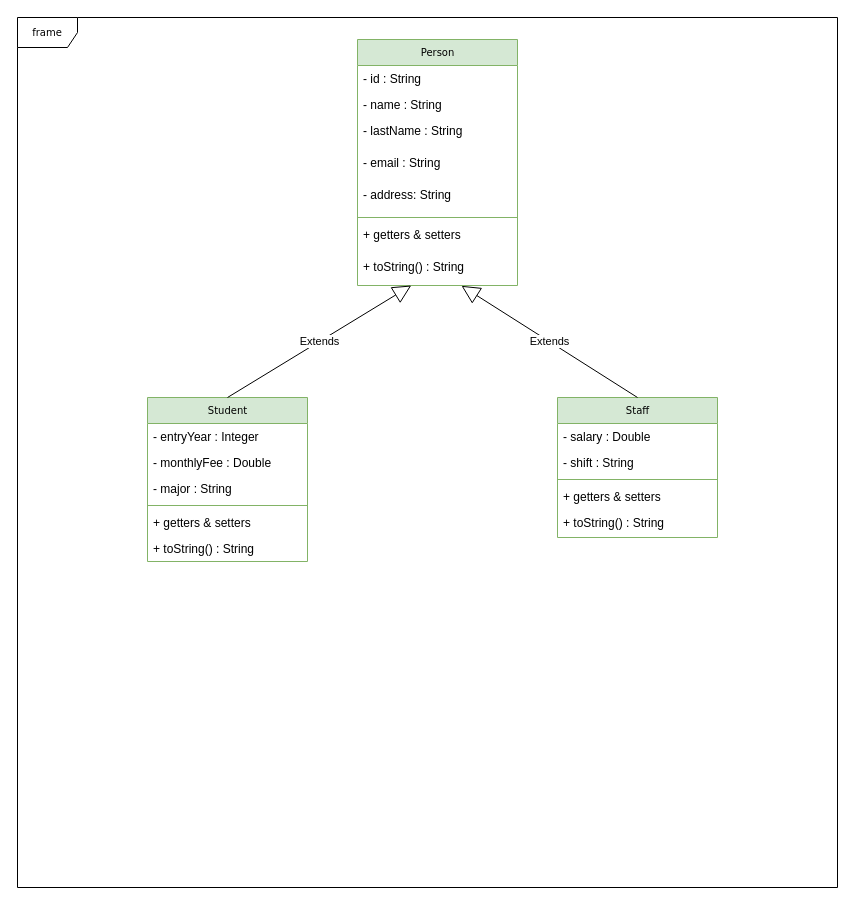
LulaFR/guia3-lab3 keeps this draw.io diagram as personalColegio.drawio. Above is the earlier version. Source tidied: cells renumbered, new cells numbered last; positions are measured from the earlier drawing's top-left corner, leaving out a move shared by most shapes. Both pictures are drawn from the tidied source at 100%, with x=0, y=0 at pixel (17, 17).
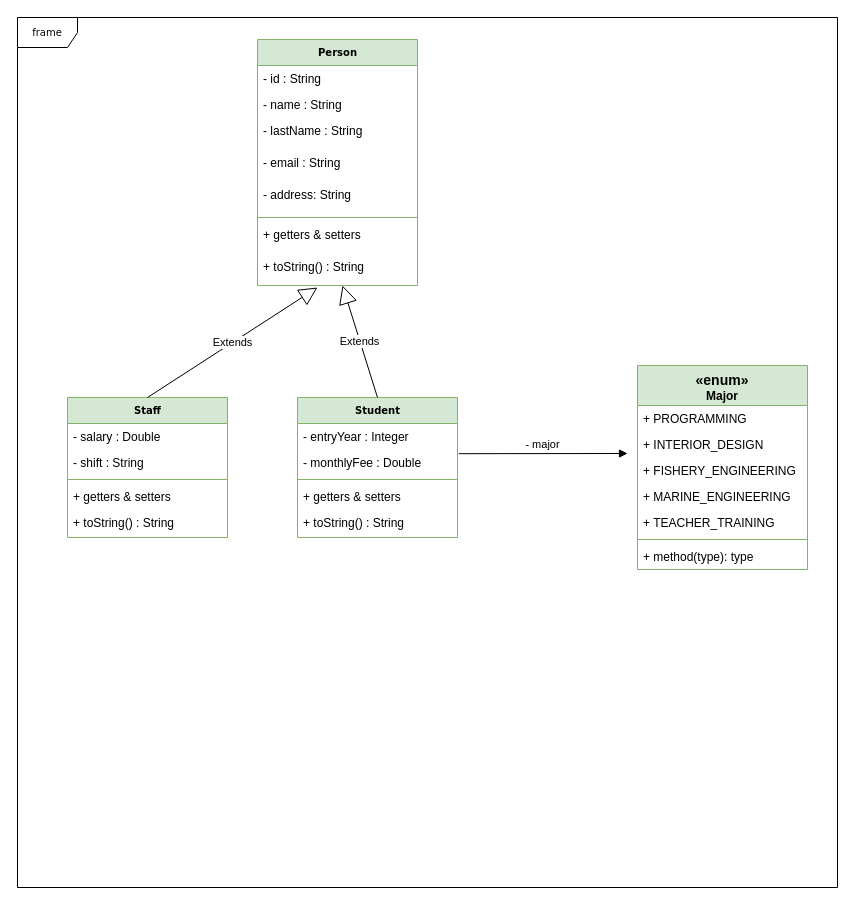
The same diagram, later.

Commit message:
2: enum Major

Unchanged cells that the change refers to:
```xml
<mxCell id="11" value="+ toString() : String" style="text;html=1;strokeColor=none;fillColor=none;align=left;verticalAlign=top;spacingLeft=4;spacingRight=4;whiteSpace=wrap;overflow=hidden;points=[[0,0.5],[1,0.5]];portConstraint=eastwest;" parent="3" vertex="1">
  <mxGeometry y="214" width="160" height="32" as="geometry" />
</mxCell>
<mxCell id="14" value="- monthlyFee : Double" style="text;html=1;strokeColor=none;fillColor=none;align=left;verticalAlign=top;spacingLeft=4;spacingRight=4;whiteSpace=wrap;overflow=hidden;points=[[0,0.5],[1,0.5]];portConstraint=eastwest;" parent="12" vertex="1">
  <mxGeometry y="52" width="160" height="26" as="geometry" />
</mxCell>
```

Change to the diagram source:
```diff
@@
-    <mxCell id="3" value="Person" style="swimlane;html=1;fontStyle=0;horizontal=1;startSize=26;fillColor=#d5e8d4;swimlaneFillColor=#ffffff;rounded=0;shadow=0;comic=0;labelBackgroundColor=none;strokeWidth=1;fontFamily=Verdana;fontSize=10;align=center;strokeColor=#82b366;" parent="1" vertex="1">
-      <mxGeometry x="340" y="22" width="160" height="246" as="geometry" />
+    <mxCell id="3" value="&lt;b&gt;Person&lt;/b&gt;" style="swimlane;html=1;fontStyle=0;horizontal=1;startSize=26;fillColor=#d5e8d4;swimlaneFillColor=#ffffff;rounded=0;shadow=0;comic=0;labelBackgroundColor=none;strokeWidth=1;fontFamily=Verdana;fontSize=10;align=center;strokeColor=#82b366;" parent="1" vertex="1">
+      <mxGeometry x="240" y="22" width="160" height="246" as="geometry" />
     </mxCell>
@@
-    <mxCell id="12" value="Student" style="swimlane;html=1;fontStyle=0;horizontal=1;startSize=26;fillColor=#d5e8d4;swimlaneFillColor=#ffffff;rounded=0;shadow=0;comic=0;labelBackgroundColor=none;strokeWidth=1;fontFamily=Verdana;fontSize=10;align=center;strokeColor=#82b366;" parent="1" vertex="1">
-      <mxGeometry x="130" y="380" width="160" height="164" as="geometry" />
+    <mxCell id="12" value="&lt;b&gt;Student&lt;/b&gt;" style="swimlane;html=1;fontStyle=0;horizontal=1;startSize=26;fillColor=#d5e8d4;swimlaneFillColor=#ffffff;rounded=0;shadow=0;comic=0;labelBackgroundColor=none;strokeWidth=1;fontFamily=Verdana;fontSize=10;align=center;strokeColor=#82b366;" parent="1" vertex="1">
+      <mxGeometry x="280" y="380" width="160" height="140" as="geometry" />
     </mxCell>
@@
-    <mxCell id="15" value="- major : String" style="text;html=1;strokeColor=none;fillColor=none;align=left;verticalAlign=top;spacingLeft=4;spacingRight=4;whiteSpace=wrap;overflow=hidden;" parent="12" vertex="1">
-      <mxGeometry y="78" width="160" height="26" as="geometry" />
-    </mxCell>
     <mxCell id="16" style="line;strokeWidth=1;fillColor=none;align=left;verticalAlign=middle;spacingTop=-1;spacingLeft=3;spacingRight=3;labelPosition=right;strokeColor=inherit;" parent="12" vertex="1">
-      <mxGeometry y="104" width="160" height="8" as="geometry" />
+      <mxGeometry y="78" width="160" height="8" as="geometry" />
     </mxCell>
     <mxCell id="17" value="+ getters &amp;amp; setters" style="text;html=1;strokeColor=none;fillColor=none;align=left;verticalAlign=top;spacingLeft=4;spacingRight=4;whiteSpace=wrap;overflow=hidden;" parent="12" vertex="1">
-      <mxGeometry y="112" width="160" height="26" as="geometry" />
+      <mxGeometry y="86" width="160" height="26" as="geometry" />
     </mxCell>
     <mxCell id="18" value="+ toString() : String" style="text;html=1;strokeColor=none;fillColor=none;align=left;verticalAlign=top;spacingLeft=4;spacingRight=4;whiteSpace=wrap;overflow=hidden;" parent="12" vertex="1">
-      <mxGeometry y="138" width="160" height="26" as="geometry" />
+      <mxGeometry y="112" width="160" height="26" as="geometry" />
     </mxCell>
@@
-    <mxCell id="20" value="Staff" style="swimlane;html=1;fontStyle=0;horizontal=1;startSize=26;fillColor=#d5e8d4;swimlaneFillColor=#ffffff;rounded=0;shadow=0;comic=0;labelBackgroundColor=none;strokeWidth=1;fontFamily=Verdana;fontSize=10;align=center;strokeColor=#82b366;" parent="1" vertex="1">
-      <mxGeometry x="540" y="380" width="160" height="140" as="geometry" />
+    <mxCell id="20" value="&lt;b&gt;Staff&lt;/b&gt;" style="swimlane;html=1;fontStyle=0;horizontal=1;startSize=26;fillColor=#d5e8d4;swimlaneFillColor=#ffffff;rounded=0;shadow=0;comic=0;labelBackgroundColor=none;strokeWidth=1;fontFamily=Verdana;fontSize=10;align=center;strokeColor=#82b366;" parent="1" vertex="1">
+      <mxGeometry x="50" y="380" width="160" height="140" as="geometry" />
     </mxCell>
@@
-    <mxCell id="26" value="Extends" style="endArrow=block;endSize=16;endFill=0;html=1;rounded=0;exitX=0.5;exitY=0;exitDx=0;exitDy=0;entryX=0.65;entryY=1.01;entryDx=0;entryDy=0;entryPerimeter=0;" parent="1" edge="1" source="20" target="11">
-      <mxGeometry relative="1" as="geometry" />
+    <mxCell id="26" value="Extends" style="endArrow=block;endSize=16;endFill=0;html=1;rounded=0;exitX=0.5;exitY=0;exitDx=0;exitDy=0;" parent="1" edge="1" source="20">
+      <mxGeometry relative="1" as="geometry">
+        <mxPoint x="300" y="270" as="targetPoint" />
+      </mxGeometry>
     </mxCell>
+    <mxCell id="27" value="&lt;div&gt;&lt;span style=&quot;font-family: arial, sans-serif; font-size: 14px; text-align: left;&quot;&gt;«enum»&lt;/span&gt;&lt;/div&gt;&lt;div&gt;Major&lt;/div&gt;" style="swimlane;fontStyle=1;align=center;verticalAlign=top;horizontal=1;startSize=40;whiteSpace=wrap;html=1;fillColor=#d5e8d4;strokeColor=#82b366;" parent="1" vertex="1">
+      <mxGeometry x="620" y="348" width="170" height="204" as="geometry" />
+    </mxCell>
+    <mxCell id="28" value="+ PROGRAMMING" style="text;strokeColor=none;fillColor=none;align=left;verticalAlign=top;spacingLeft=4;spacingRight=4;overflow=hidden;whiteSpace=wrap;html=1;" parent="27" vertex="1">
+      <mxGeometry y="40" width="170" height="26" as="geometry" />
+    </mxCell>
+    <mxCell id="29" value="+ INTERIOR_DESIGN" style="text;strokeColor=none;fillColor=none;align=left;verticalAlign=top;spacingLeft=4;spacingRight=4;overflow=hidden;whiteSpace=wrap;html=1;" parent="27" vertex="1">
+      <mxGeometry y="66" width="170" height="26" as="geometry" />
+    </mxCell>
+    <mxCell id="30" value="+ FISHERY_ENGINEERING" style="text;strokeColor=none;fillColor=none;align=left;verticalAlign=top;spacingLeft=4;spacingRight=4;overflow=hidden;whiteSpace=wrap;html=1;" parent="27" vertex="1">
+      <mxGeometry y="92" width="170" height="26" as="geometry" />
+    </mxCell>
+    <mxCell id="31" value="+ MARINE_ENGINEERING" style="text;strokeColor=none;fillColor=none;align=left;verticalAlign=top;spacingLeft=4;spacingRight=4;overflow=hidden;whiteSpace=wrap;html=1;" parent="27" vertex="1">
+      <mxGeometry y="118" width="170" height="26" as="geometry" />
+    </mxCell>
+    <mxCell id="32" value="+ TEACHER_TRAINING" style="text;strokeColor=none;fillColor=none;align=left;verticalAlign=top;spacingLeft=4;spacingRight=4;overflow=hidden;whiteSpace=wrap;html=1;" parent="27" vertex="1">
+      <mxGeometry y="144" width="170" height="26" as="geometry" />
+    </mxCell>
+    <mxCell id="33" style="line;strokeWidth=1;fillColor=none;align=left;verticalAlign=middle;spacingTop=-1;spacingLeft=3;spacingRight=3;labelPosition=right;strokeColor=inherit;" parent="27" vertex="1">
+      <mxGeometry y="170" width="170" height="8" as="geometry" />
+    </mxCell>
+    <mxCell id="34" value="+ method(type): type" style="text;strokeColor=none;fillColor=none;align=left;verticalAlign=top;spacingLeft=4;spacingRight=4;overflow=hidden;whiteSpace=wrap;html=1;" parent="27" vertex="1">
+      <mxGeometry y="178" width="170" height="26" as="geometry" />
+    </mxCell>
+    <mxCell id="35" value="- major" style="html=1;verticalAlign=bottom;endArrow=block;curved=0;rounded=0;exitX=1.008;exitY=0.161;exitDx=0;exitDy=0;exitPerimeter=0;" parent="1" edge="1" source="14">
+      <mxGeometry relative="1" as="geometry">
+        <mxPoint x="610" y="436" as="targetPoint" />
+      </mxGeometry>
+    </mxCell>
```
